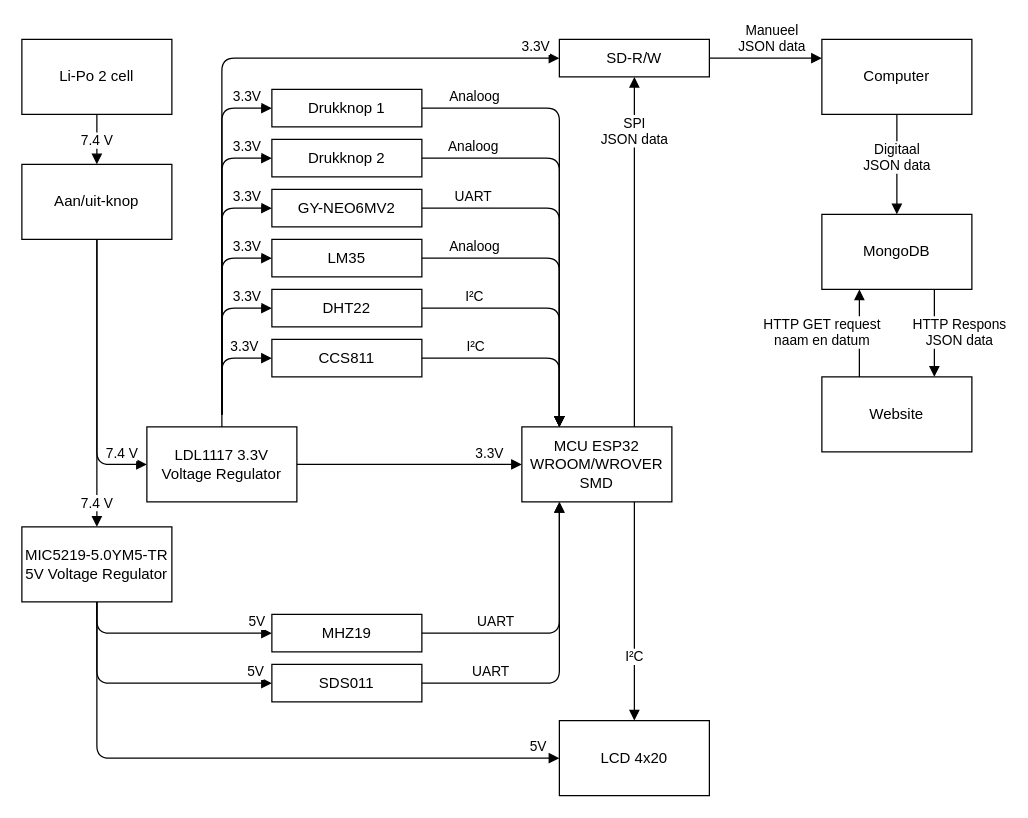
Earlier version of the draw.io diagram Pictures/BlockDiagrams/As-Is_BlockDiagram.drawio (AP-Project-Analysis-2IT-IOT-1TVT-IOT/bavo-birk-docs-luchtsensor). Source tidied: cells renumbered, new cells numbered last; positions are measured from the earlier drawing's top-left corner, leaving out a move shared by most shapes. Both pictures are drawn from the tidied source at 125%, with x=0, y=0 at pixel (21, 39).
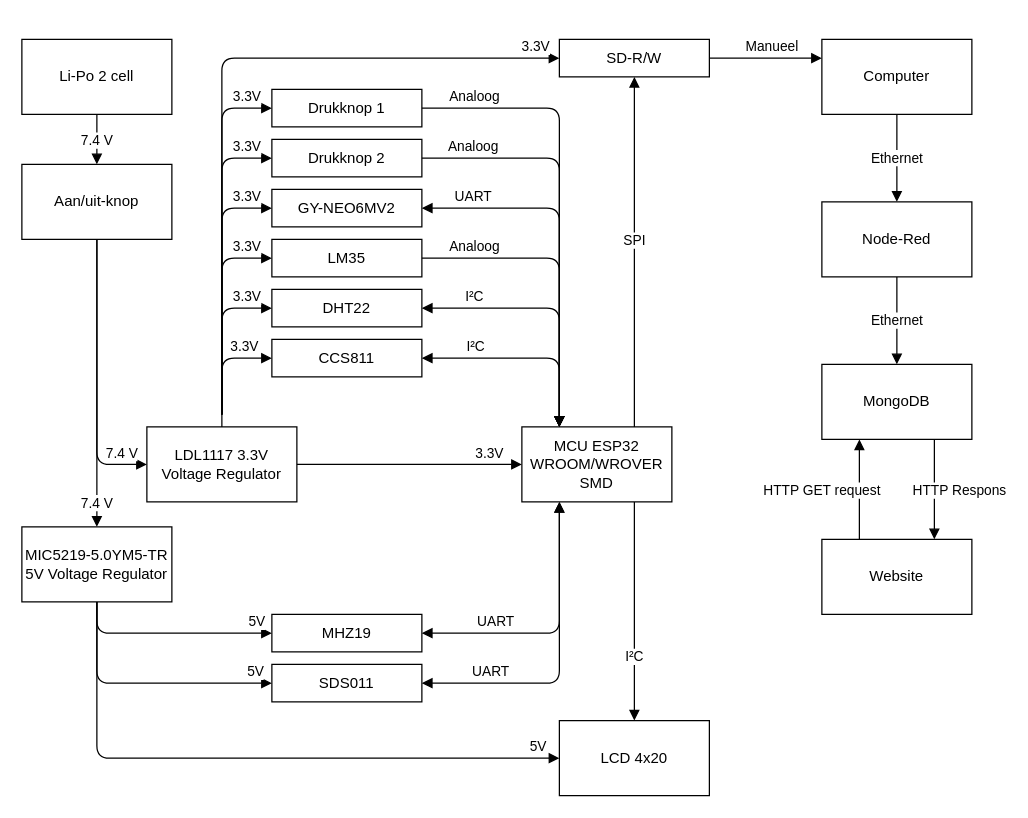
The same page after the edit.

Unchanged cells that the change refers to:
```xml
<mxCell id="3" value="SD-R/W" style="rounded=0;whiteSpace=wrap;html=1;" parent="1" vertex="1">
  <mxGeometry x="430" width="120" height="30" as="geometry" />
</mxCell>
<mxCell id="9" value="GY-NEO6MV2" style="rounded=0;whiteSpace=wrap;html=1;" parent="1" vertex="1">
  <mxGeometry x="200" y="120" width="120" height="30" as="geometry" />
</mxCell>
<mxCell id="11" value="DHT22" style="rounded=0;whiteSpace=wrap;html=1;" parent="1" vertex="1">
  <mxGeometry x="200" y="200" width="120" height="30" as="geometry" />
</mxCell>
<mxCell id="12" value="CCS811" style="rounded=0;whiteSpace=wrap;html=1;" parent="1" vertex="1">
  <mxGeometry x="200" y="240" width="120" height="30" as="geometry" />
</mxCell>
<mxCell id="13" value="MCU ESP32 WROOM/WROVER SMD" style="rounded=0;whiteSpace=wrap;html=1;" parent="1" vertex="1">
  <mxGeometry x="400" y="310" width="120" height="60" as="geometry" />
</mxCell>
<mxCell id="14" value="MHZ19" style="rounded=0;whiteSpace=wrap;html=1;" parent="1" vertex="1">
  <mxGeometry x="200" y="460" width="120" height="30" as="geometry" />
</mxCell>
<mxCell id="15" value="SDS011" style="rounded=0;whiteSpace=wrap;html=1;" parent="1" vertex="1">
  <mxGeometry x="200" y="500" width="120" height="30" as="geometry" />
</mxCell>
<mxCell id="38" value="Computer" style="rounded=0;whiteSpace=wrap;html=1;" parent="1" vertex="1">
  <mxGeometry x="640" width="120" height="60" as="geometry" />
</mxCell>
```

The edit, as a diff of the source:
```diff
@@
-    <mxCell id="29" value="UART" style="html=1;verticalAlign=bottom;endArrow=block;exitX=1;exitY=0.5;exitDx=0;exitDy=0;entryX=0.25;entryY=1;entryDx=0;entryDy=0;" parent="1" edge="1" source="14" target="13">
+    <mxCell id="29" value="UART" style="html=1;verticalAlign=bottom;endArrow=block;exitX=1;exitY=0.5;exitDx=0;exitDy=0;entryX=0.25;entryY=1;entryDx=0;entryDy=0;startArrow=block;startFill=1;" parent="1" edge="1" source="14" target="13">
       <mxGeometry x="-0.45" relative="1" as="geometry">
         <Array as="points">
           <mxPoint x="430" y="475" />
         </Array>
       </mxGeometry>
     </mxCell>
-    <mxCell id="30" value="UART" style="html=1;verticalAlign=bottom;endArrow=block;exitX=1;exitY=0.5;exitDx=0;exitDy=0;entryX=0.25;entryY=1;entryDx=0;entryDy=0;" parent="1" edge="1" source="15" target="13">
+    <mxCell id="30" value="UART" style="html=1;verticalAlign=bottom;endArrow=block;exitX=1;exitY=0.5;exitDx=0;exitDy=0;entryX=0.25;entryY=1;entryDx=0;entryDy=0;startArrow=block;startFill=1;" parent="1" edge="1" source="15" target="13">
       <mxGeometry x="-0.57" relative="1" as="geometry">
         <Array as="points">
           <mxPoint x="430" y="515" />
         </Array>
       </mxGeometry>
     </mxCell>
-    <mxCell id="31" value="I²C" style="html=1;verticalAlign=bottom;endArrow=block;exitX=1;exitY=0.5;exitDx=0;exitDy=0;entryX=0.25;entryY=0;entryDx=0;entryDy=0;" parent="1" edge="1" source="12" target="13">
+    <mxCell id="31" value="I²C" style="html=1;verticalAlign=bottom;endArrow=block;exitX=1;exitY=0.5;exitDx=0;exitDy=0;entryX=0.25;entryY=0;entryDx=0;entryDy=0;startArrow=block;startFill=1;" parent="1" edge="1" source="12" target="13">
       <mxGeometry x="-0.48" relative="1" as="geometry">
         <Array as="points">
           <mxPoint x="430" y="255" />
         </Array>
       </mxGeometry>
     </mxCell>
-    <mxCell id="32" value="I²C" style="html=1;verticalAlign=bottom;endArrow=block;entryX=0.25;entryY=0;entryDx=0;entryDy=0;exitX=1;exitY=0.5;exitDx=0;exitDy=0;" parent="1" edge="1" source="11" target="13">
+    <mxCell id="32" value="I²C" style="html=1;verticalAlign=bottom;endArrow=block;entryX=0.25;entryY=0;entryDx=0;entryDy=0;exitX=1;exitY=0.5;exitDx=0;exitDy=0;startArrow=block;startFill=1;" parent="1" edge="1" source="11" target="13">
       <mxGeometry x="-0.59" relative="1" as="geometry">
         <Array as="points">
           <mxPoint x="430" y="215" />
         </Array>
       </mxGeometry>
     </mxCell>
@@
-    <mxCell id="34" value="UART" style="html=1;verticalAlign=bottom;endArrow=block;entryX=0.25;entryY=0;entryDx=0;entryDy=0;exitX=1;exitY=0.5;exitDx=0;exitDy=0;" parent="1" edge="1" source="9" target="13">
+    <mxCell id="34" value="UART" style="html=1;verticalAlign=bottom;endArrow=block;entryX=0.25;entryY=0;entryDx=0;entryDy=0;exitX=1;exitY=0.5;exitDx=0;exitDy=0;startArrow=block;startFill=1;" parent="1" edge="1" source="9" target="13">
       <mxGeometry x="-0.71" relative="1" as="geometry">
         <Array as="points">
           <mxPoint x="430" y="135" />
         </Array>
       </mxGeometry>
     </mxCell>
@@
-    <mxCell id="37" value="SPI&lt;br&gt;JSON data" style="html=1;verticalAlign=bottom;endArrow=block;exitX=0.75;exitY=0;exitDx=0;exitDy=0;entryX=0.5;entryY=1;entryDx=0;entryDy=0;" parent="1" edge="1" source="13" target="3">
-      <mxGeometry x="0.58" relative="1" as="geometry" />
+    <mxCell id="37" value="SPI" style="html=1;verticalAlign=bottom;endArrow=block;exitX=0.75;exitY=0;exitDx=0;exitDy=0;entryX=0.5;entryY=1;entryDx=0;entryDy=0;" parent="1" edge="1" source="13" target="3">
+      <mxGeometry relative="1" as="geometry" />
     </mxCell>
@@
-    <mxCell id="39" value="MongoDB" style="rounded=0;whiteSpace=wrap;html=1;" parent="1" vertex="1">
-      <mxGeometry x="640" y="140" width="120" height="60" as="geometry" />
-    </mxCell>
-    <mxCell id="40" value="Website" style="rounded=0;whiteSpace=wrap;html=1;" parent="1" vertex="1">
-      <mxGeometry x="640" y="270" width="120" height="60" as="geometry" />
-    </mxCell>
-    <mxCell id="41" value="HTTP GET request&lt;br&gt;naam en datum" style="html=1;verticalAlign=bottom;endArrow=block;exitX=0.25;exitY=0;exitDx=0;exitDy=0;entryX=0.25;entryY=1;entryDx=0;entryDy=0;" parent="1" edge="1">
-      <mxGeometry x="-0.43" y="30" relative="1" as="geometry">
-        <mxPoint x="670" y="270" as="sourcePoint" />
-        <mxPoint x="670" y="200" as="targetPoint" />
-      </mxGeometry>
-    </mxCell>
-    <mxCell id="42" value="HTTP Respons&lt;br&gt;JSON data" style="html=1;verticalAlign=bottom;endArrow=block;exitX=0.75;exitY=1;exitDx=0;exitDy=0;entryX=0.75;entryY=0;entryDx=0;entryDy=0;" parent="1" edge="1" source="39" target="40">
-      <mxGeometry x="0.43" y="20" relative="1" as="geometry" />
-    </mxCell>
-    <mxCell id="43" value="Digitaal&lt;br&gt;JSON data" style="html=1;verticalAlign=bottom;endArrow=block;exitX=0.5;exitY=1;exitDx=0;exitDy=0;entryX=0.5;entryY=0;entryDx=0;entryDy=0;" parent="1" edge="1" source="38" target="39">
-      <mxGeometry x="0.25" relative="1" as="geometry" />
-    </mxCell>
-    <mxCell id="44" value="Manueel&lt;br&gt;JSON data" style="html=1;verticalAlign=bottom;endArrow=block;exitX=1;exitY=0.5;exitDx=0;exitDy=0;entryX=0;entryY=0.25;entryDx=0;entryDy=0;" parent="1" edge="1" source="3" target="38">
+    <mxCell id="44" value="Manueel" style="html=1;verticalAlign=bottom;endArrow=block;exitX=1;exitY=0.5;exitDx=0;exitDy=0;entryX=0;entryY=0.25;entryDx=0;entryDy=0;" parent="1" edge="1" source="3" target="38">
       <mxGeometry x="0.11" relative="1" as="geometry" />
     </mxCell>
@@
+    <mxCell id="39" value="MongoDB" style="rounded=0;whiteSpace=wrap;html=1;" parent="1" vertex="1">
+      <mxGeometry x="640" y="260" width="120" height="60" as="geometry" />
+    </mxCell>
+    <mxCell id="40" value="Website" style="rounded=0;whiteSpace=wrap;html=1;" parent="1" vertex="1">
+      <mxGeometry x="640" y="400" width="120" height="60" as="geometry" />
+    </mxCell>
+    <mxCell id="48" value="HTTP GET request" style="html=1;verticalAlign=bottom;endArrow=block;exitX=0.25;exitY=0;exitDx=0;exitDy=0;entryX=0.25;entryY=1;entryDx=0;entryDy=0;" parent="1" edge="1" target="39">
+      <mxGeometry x="-0.25" y="30" relative="1" as="geometry">
+        <mxPoint x="670" y="400" as="sourcePoint" />
+      </mxGeometry>
+    </mxCell>
+    <mxCell id="42" value="HTTP Respons" style="html=1;verticalAlign=bottom;endArrow=block;exitX=0.75;exitY=1;exitDx=0;exitDy=0;entryX=0.75;entryY=0;entryDx=0;entryDy=0;" parent="1" edge="1" source="39" target="40">
+      <mxGeometry x="0.25" y="20" relative="1" as="geometry" />
+    </mxCell>
+    <mxCell id="49" value="Ethernet" style="html=1;verticalAlign=bottom;endArrow=block;entryX=0.5;entryY=0;entryDx=0;entryDy=0;exitX=0.5;exitY=1;exitDx=0;exitDy=0;" parent="1" edge="1" source="38" target="50">
+      <mxGeometry x="0.25" relative="1" as="geometry" />
+    </mxCell>
+    <mxCell id="50" value="Node-Red" style="rounded=0;whiteSpace=wrap;html=1;" parent="1" vertex="1">
+      <mxGeometry x="640" y="130" width="120" height="60" as="geometry" />
+    </mxCell>
+    <mxCell id="51" value="Ethernet" style="html=1;verticalAlign=bottom;endArrow=block;exitX=0.5;exitY=1;exitDx=0;exitDy=0;" parent="1" edge="1" source="50" target="39">
+      <mxGeometry x="0.25" relative="1" as="geometry" />
+    </mxCell>
```
